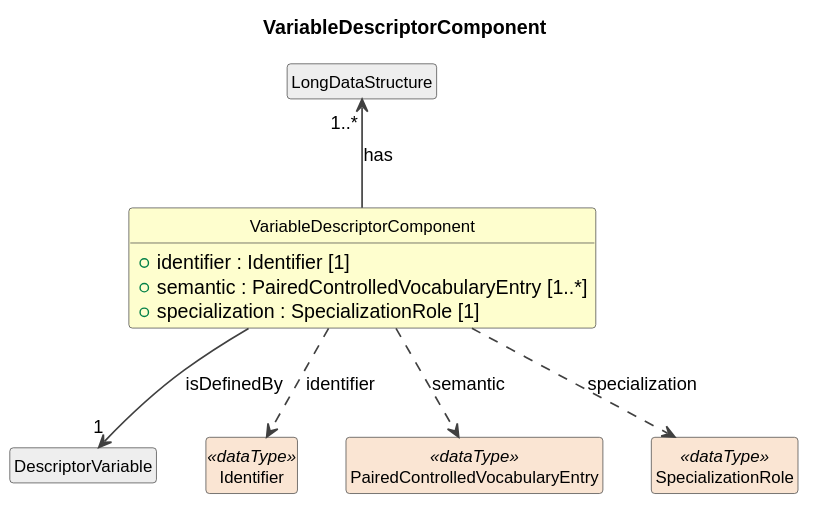
Before: build/field-level-documentation/CDIFDataStructure/Classes/VariableDescriptorComponent.svg, a diagram exported from PlantUML (Cross-Domain-Interoperability-Framework/metadataBuildingBlocks).
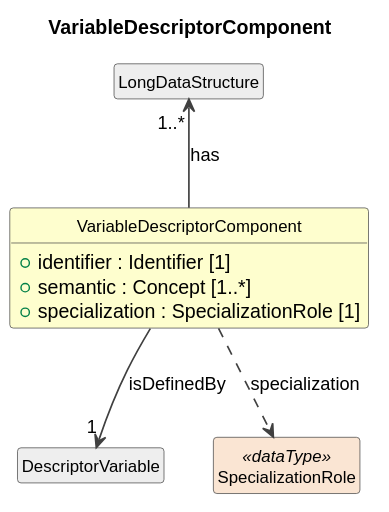
After the change.

What changed in the source:
```diff
@@ -12,17 +12,13 @@
 
 class "VariableDescriptorComponent" as VariableDescriptorComponent #FEFECE {
   +identifier : Identifier [1]
-  +semantic : PairedControlledVocabularyEntry [1..*]
+  +semantic : Concept [1..*]
   +specialization : SpecializationRole [1]
 }
 class "LongDataStructure" as LongDataStructure #EEEEEE
 LongDataStructure "1..*" <-- VariableDescriptorComponent : has
 class "DescriptorVariable" as DescriptorVariable #EEEEEE
 VariableDescriptorComponent --> "1" DescriptorVariable : isDefinedBy
-class "Identifier" as Identifier <<dataType>> #FAE5D3
-VariableDescriptorComponent ..> Identifier : identifier
-class "PairedControlledVocabularyEntry" as PairedControlledVocabularyEntry <<dataType>> #FAE5D3
-VariableDescriptorComponent ..> PairedControlledVocabularyEntry : semantic
 class "SpecializationRole" as SpecializationRole <<dataType>> #FAE5D3
 VariableDescriptorComponent ..> SpecializationRole : specialization
 @enduml
```
